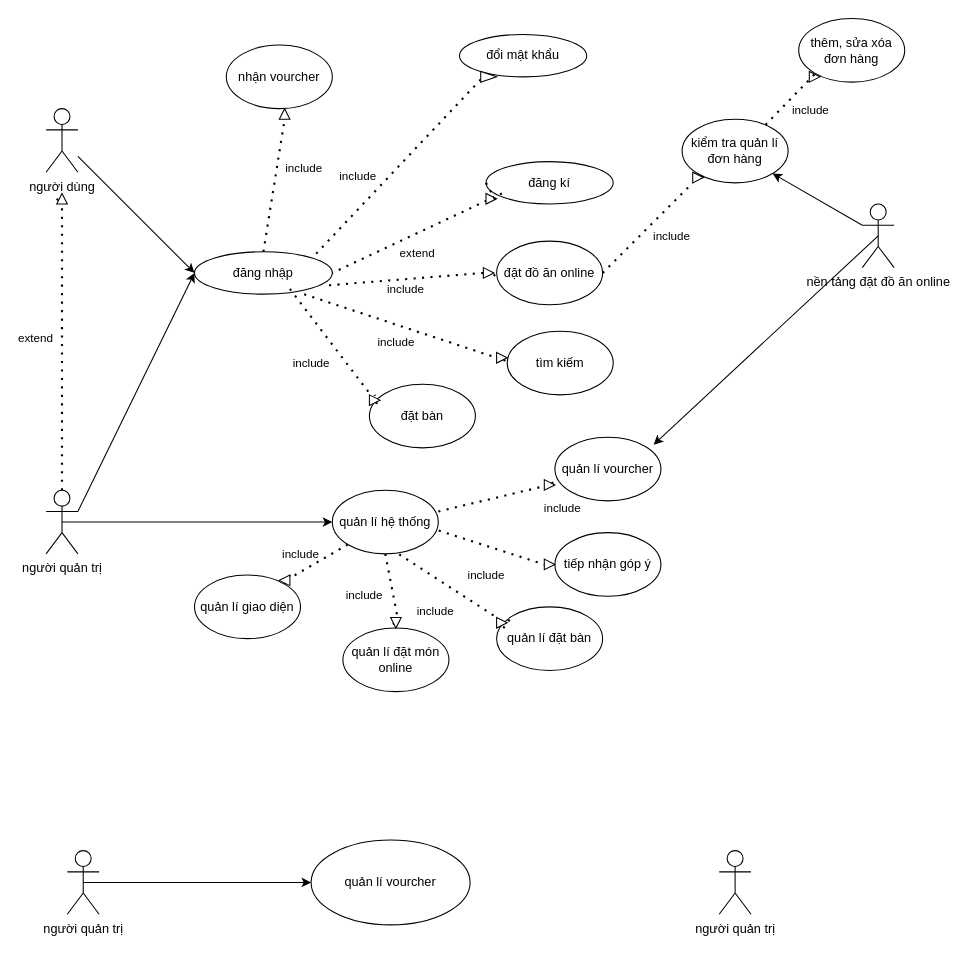
Before: page "Page-6" (5 of 11) of Biểu đồ không có tiêu đề.drawio in trucka312/diagram, a draw.io diagram. Source tidied: cells renumbered, new cells numbered last; positions are measured from the earlier drawing's top-left corner, leaving out a move shared by most shapes. Both pictures are drawn from the tidied source at 106%, with x=0, y=0 at pixel (46, 18).
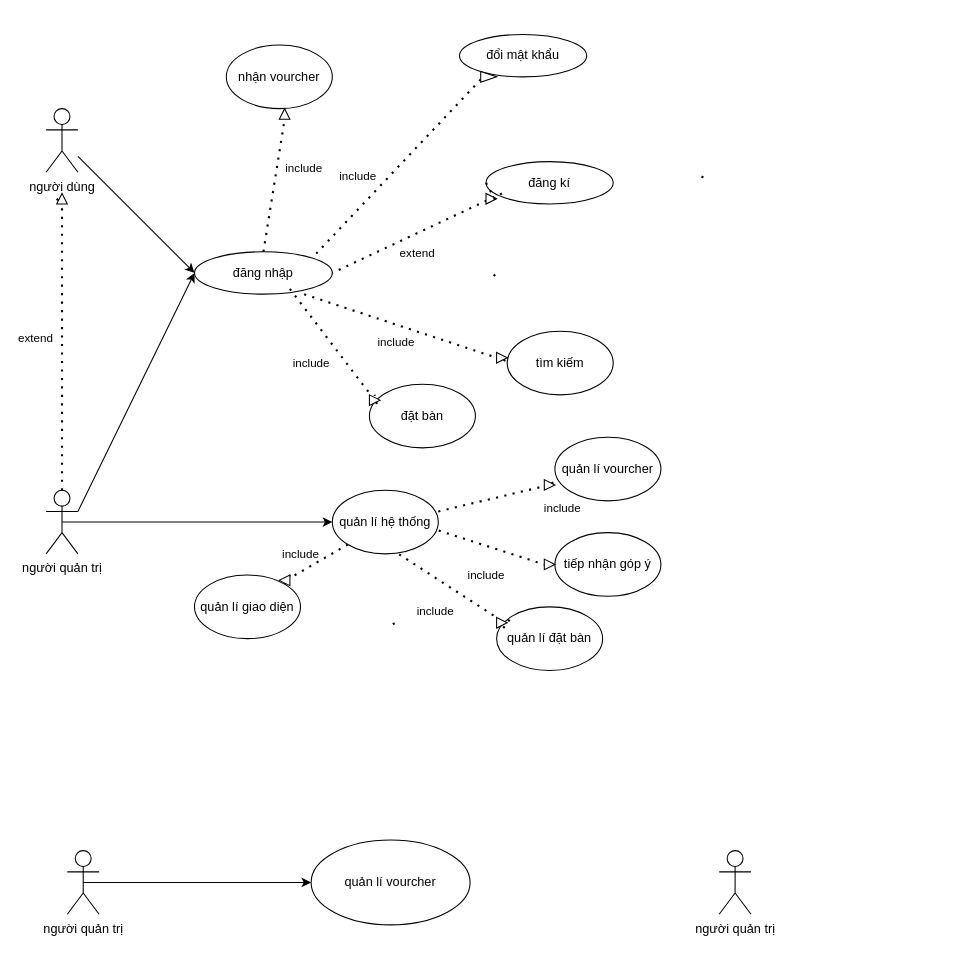
The same diagram, later.

Commit message:
Cập nhật Biểu đồ không có tiêu đề.drawio

The change refers to these unchanged cells:
```xml
<mxCell id="3" value="đăng nhập" style="ellipse;whiteSpace=wrap;html=1;" parent="1" vertex="1">
  <mxGeometry x="140" y="220" width="130" height="40" as="geometry" />
</mxCell>
<mxCell id="42" value="quản lí hệ thống" style="ellipse;whiteSpace=wrap;html=1;" parent="1" vertex="1">
  <mxGeometry x="270" y="445" width="100" height="60" as="geometry" />
</mxCell>
<mxCell id="59" value="quản lí vourcher" style="ellipse;whiteSpace=wrap;html=1;" parent="1" vertex="1">
  <mxGeometry x="480" y="395" width="100" height="60" as="geometry" />
</mxCell>
```

Diff of the diagram source:
```diff
@@
-    <mxCell id="25" style="endArrow=none;dashed=1;html=1;dashPattern=1 3;strokeWidth=2;rounded=0;exitX=0.976;exitY=0.79;exitDx=0;exitDy=0;exitPerimeter=0;entryX=0;entryY=0.5;entryDx=0;entryDy=0;" parent="1" edge="1" source="28" target="26">
-      <mxGeometry relative="1" as="geometry" />
+    <mxCell id="25" style="endArrow=none;dashed=1;html=1;dashPattern=1 3;strokeWidth=2;rounded=0;exitX=0.976;exitY=0.79;exitDx=0;exitDy=0;exitPerimeter=0;entryX=0;entryY=0.5;entryDx=0;entryDy=0;" parent="1" edge="1">
+      <mxGeometry relative="1" as="geometry">
+        <mxPoint x="422.3" y="242.9" as="sourcePoint" />
+        <mxPoint x="425" y="240" as="targetPoint" />
+      </mxGeometry>
     </mxCell>
-    <mxCell id="26" value="đặt đồ ăn online" style="ellipse;whiteSpace=wrap;html=1;" parent="1" vertex="1">
-      <mxGeometry x="425" y="210" width="100" height="60" as="geometry" />
-    </mxCell>
-    <mxCell id="27" value="include" style="endArrow=none;dashed=1;html=1;dashPattern=1 3;strokeWidth=2;rounded=0;exitX=0.976;exitY=0.79;exitDx=0;exitDy=0;exitPerimeter=0;entryX=0;entryY=0.5;entryDx=0;entryDy=0;" parent="1" edge="1" source="3" target="28">
-      <mxGeometry x="-0.01" y="-9" relative="1" as="geometry" />
-    </mxCell>
-    <mxCell id="28" style="triangle;whiteSpace=wrap;html=1;direction=east;" parent="1" vertex="1">
-      <mxGeometry x="412.5" y="235" width="10" height="10" as="geometry" />
-    </mxCell>
-    <mxCell id="29" value="kiểm tra quản lí đơn hàng" style="ellipse;whiteSpace=wrap;html=1;" parent="1" vertex="1">
-      <mxGeometry x="600" y="95" width="100" height="60" as="geometry" />
-    </mxCell>
-    <mxCell id="30" style="endArrow=none;dashed=1;html=1;dashPattern=1 3;strokeWidth=2;rounded=0;entryX=0;entryY=1;entryDx=0;entryDy=0;exitX=1;exitY=0.5;exitDx=0;exitDy=0;" parent="1" edge="1" source="32" target="29">
-      <mxGeometry relative="1" as="geometry" />
+    <mxCell id="30" style="endArrow=none;dashed=1;html=1;dashPattern=1 3;strokeWidth=2;rounded=0;entryX=0;entryY=1;entryDx=0;entryDy=0;exitX=1;exitY=0.5;exitDx=0;exitDy=0;" parent="1" edge="1">
+      <mxGeometry relative="1" as="geometry">
+        <mxPoint x="620" y="150" as="sourcePoint" />
+        <mxPoint x="614.6" y="146.2" as="targetPoint" />
+      </mxGeometry>
     </mxCell>
-    <mxCell id="31" value="include" style="endArrow=none;dashed=1;html=1;dashPattern=1 3;strokeWidth=2;rounded=0;entryX=0;entryY=1;entryDx=0;entryDy=0;exitX=1;exitY=0.5;exitDx=0;exitDy=0;" parent="1" edge="1" source="26" target="32">
-      <mxGeometry x="0.18" y="-21" relative="1" as="geometry" />
-    </mxCell>
-    <mxCell id="32" style="triangle;whiteSpace=wrap;html=1;direction=east;" parent="1" vertex="1">
-      <mxGeometry x="610" y="145" width="10" height="10" as="geometry" />
-    </mxCell>
-    <mxCell id="33" value="thêm, sửa xóa đơn hàng" style="ellipse;whiteSpace=wrap;html=1;" parent="1" vertex="1">
-      <mxGeometry x="710" width="100" height="60" as="geometry" />
-    </mxCell>
-    <mxCell id="34" style="triangle;whiteSpace=wrap;html=1;direction=east;" parent="1" vertex="1">
-      <mxGeometry x="720" y="50" width="10" height="10" as="geometry" />
-    </mxCell>
-    <mxCell id="35" value="include" style="endArrow=none;dashed=1;html=1;dashPattern=1 3;strokeWidth=2;rounded=0;entryX=0.5;entryY=0;entryDx=0;entryDy=0;exitX=0.787;exitY=0.086;exitDx=0;exitDy=0;exitPerimeter=0;" parent="1" edge="1" source="29" target="34">
-      <mxGeometry x="0.18" y="-21" relative="1" as="geometry" />
-    </mxCell>
-    <mxCell id="36" value="nền tảng đặt đồ ăn online" style="shape=umlActor;verticalLabelPosition=bottom;verticalAlign=top;html=1;outlineConnect=0;" parent="1" vertex="1">
-      <mxGeometry x="770" y="175" width="30" height="60" as="geometry" />
-    </mxCell>
-    <mxCell id="37" style="endArrow=classic;html=1;rounded=0;exitX=0;exitY=0.3333333333333333;exitDx=0;exitDy=0;exitPerimeter=0;entryX=1;entryY=1;entryDx=0;entryDy=0;" parent="1" edge="1" source="36" target="29">
-      <mxGeometry relative="1" as="geometry" />
-    </mxCell>
@@
-    <mxCell id="48" value="quản lí đặt món&lt;br&gt;online" style="ellipse;whiteSpace=wrap;html=1;" parent="1" vertex="1">
-      <mxGeometry x="280" y="575" width="100" height="60" as="geometry" />
-    </mxCell>
-    <mxCell id="49" style="endArrow=none;dashed=1;html=1;dashPattern=1 3;strokeWidth=2;rounded=0;exitX=0.5;exitY=1;exitDx=0;exitDy=0;entryX=0.5;entryY=0;entryDx=0;entryDy=0;" parent="1" edge="1" source="51" target="48">
+    <mxCell id="49" style="endArrow=none;dashed=1;html=1;dashPattern=1 3;strokeWidth=2;rounded=0;exitX=0.5;exitY=1;exitDx=0;exitDy=0;entryX=0.5;entryY=0;entryDx=0;entryDy=0;" parent="1" edge="1">
       <mxGeometry x="0.07" y="-26" relative="1" as="geometry">
+        <mxPoint x="327.5" y="570" as="sourcePoint" />
+        <mxPoint x="330" y="575" as="targetPoint" />
         <mxPoint x="-1" as="offset" />
       </mxGeometry>
     </mxCell>
-    <mxCell id="50" value="include" style="endArrow=none;dashed=1;html=1;dashPattern=1 3;strokeWidth=2;rounded=0;exitX=0.5;exitY=1;exitDx=0;exitDy=0;entryX=0.5;entryY=0;entryDx=0;entryDy=0;" parent="1" edge="1" source="42" target="51">
-      <mxGeometry x="0.07" y="-26" relative="1" as="geometry">
-        <mxPoint x="-1" as="offset" />
-      </mxGeometry>
-    </mxCell>
-    <mxCell id="51" style="triangle;whiteSpace=wrap;html=1;direction=south;" parent="1" vertex="1">
-      <mxGeometry x="325" y="565" width="10" height="10" as="geometry" />
-    </mxCell>
@@
-    <mxCell id="63" style="endArrow=classic;html=1;rounded=0;exitX=0.5;exitY=0.5;exitDx=0;exitDy=0;exitPerimeter=0;entryX=0.931;entryY=0.117;entryDx=0;entryDy=0;entryPerimeter=0;" parent="1" edge="1" source="36" target="59">
-      <mxGeometry relative="1" as="geometry" />
-    </mxCell>
```
